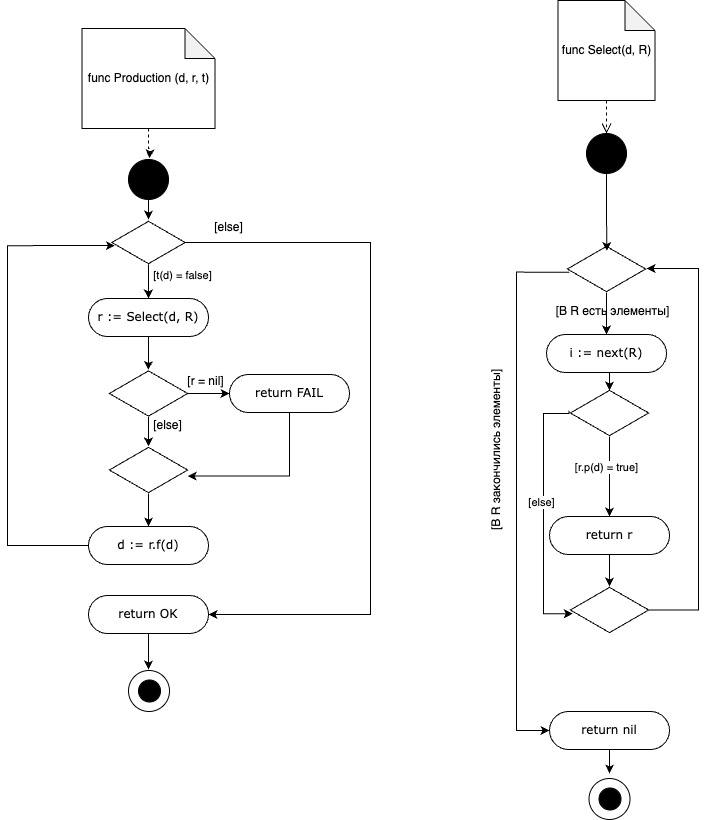
This is docs/img/ex3.png from IMZolin/PSAD, a draw.io export, as it was before one commit. Source tidied: cells renumbered, new cells last; positions are measured from the earlier drawing's top-left corner, leaving out a move shared by most shapes.
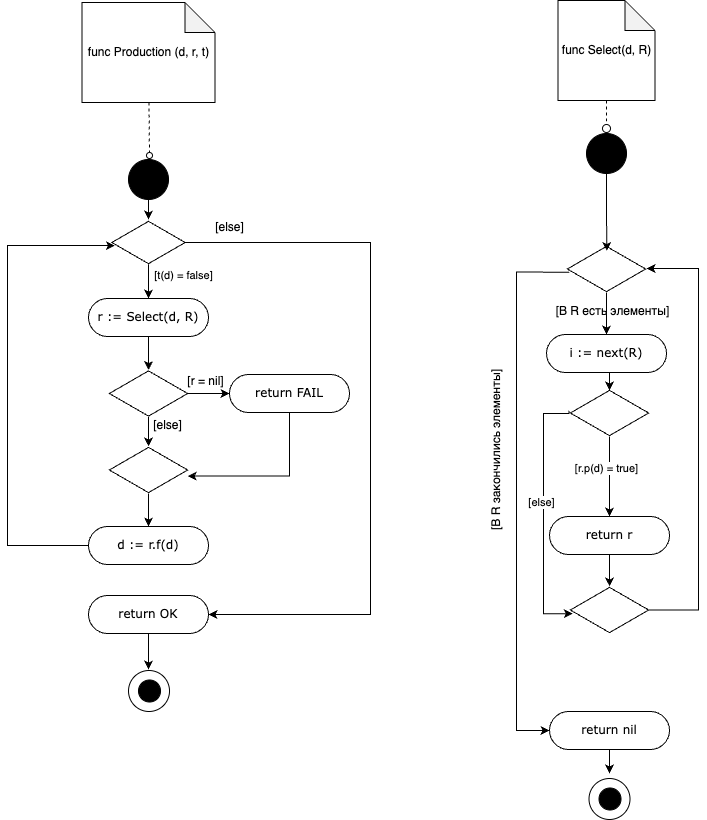
The same file after the commit.

The edit, as a diff of the source:
```diff
@@ -155,19 +155,21 @@
     <mxCell id="41" value="[else]" style="edgeLabel;html=1;align=center;verticalAlign=middle;" parent="40" vertex="1">
       <mxGeometry x="-0.09" y="-3" relative="1" as="geometry" />
     </mxCell>
-    <mxCell id="42" style="edgeStyle=orthogonalEdgeStyle;rounded=0;jettySize=auto;html=1;strokeColor=default;dashed=1;" parent="1" edge="1" source="43">
+    <mxCell id="42" style="rounded=0;jettySize=auto;html=1;strokeColor=default;dashed=1;endArrow=oval;endFill=0;" parent="1" edge="1" source="43">
       <mxGeometry relative="1" as="geometry">
-        <mxPoint x="142" y="157.8" as="targetPoint" />
+        <mxPoint x="142" y="155" as="targetPoint" />
       </mxGeometry>
     </mxCell>
     <mxCell id="43" value="func Production (d, r, t)" style="shape=note;whiteSpace=wrap;html=1;backgroundOutline=1;darkOpacity=0.05;" parent="1" vertex="1">
-      <mxGeometry x="74.5" y="28" width="133" height="100" as="geometry" />
+      <mxGeometry x="74.5" y="2" width="133" height="100" as="geometry" />
     </mxCell>
     <mxCell id="44" value="func Select(d, R)" style="shape=note;whiteSpace=wrap;html=1;backgroundOutline=1;darkOpacity=0.05;" parent="1" vertex="1">
       <mxGeometry x="550.5" width="97" height="100" as="geometry" />
     </mxCell>
-    <mxCell id="45" style="html=1;verticalAlign=bottom;endArrow=open;dashed=1;endSize=8;curved=0;rounded=0;entryX=0.5;entryY=0;entryDx=0;entryDy=0;" parent="1" edge="1" source="44" target="24">
-      <mxGeometry relative="1" as="geometry" />
+    <mxCell id="45" style="html=1;verticalAlign=bottom;endArrow=oval;dashed=1;endSize=8;curved=0;rounded=0;endFill=0;" parent="1" edge="1" source="44">
+      <mxGeometry relative="1" as="geometry">
+        <mxPoint x="599" y="128" as="targetPoint" />
+      </mxGeometry>
     </mxCell>
     <mxCell id="46" style="ellipse;whiteSpace=wrap;html=1;" parent="1" vertex="1">
       <mxGeometry x="121" y="670" width="41" height="41" as="geometry" />
```
